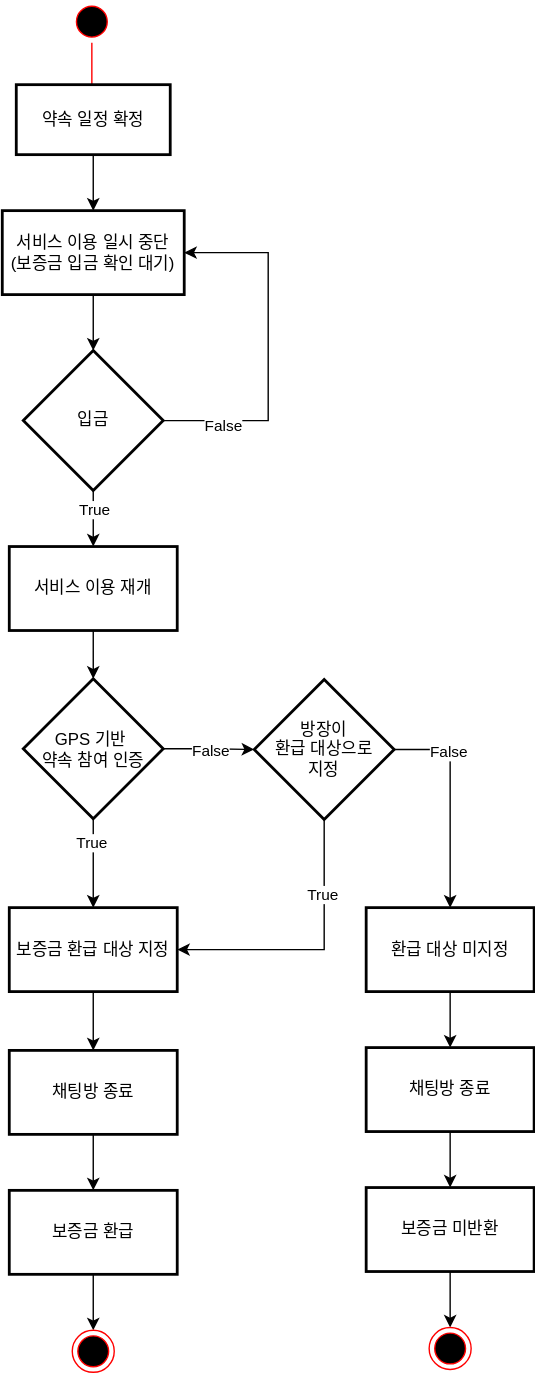
Before: diagrams/transaction_AD.drawio.svg, a diagram exported from draw.io (RGB234/meeting_app). Source tidied: cells renumbered, new cells last; positions are measured from the earlier drawing's top-left corner, leaving out a move shared by most shapes.
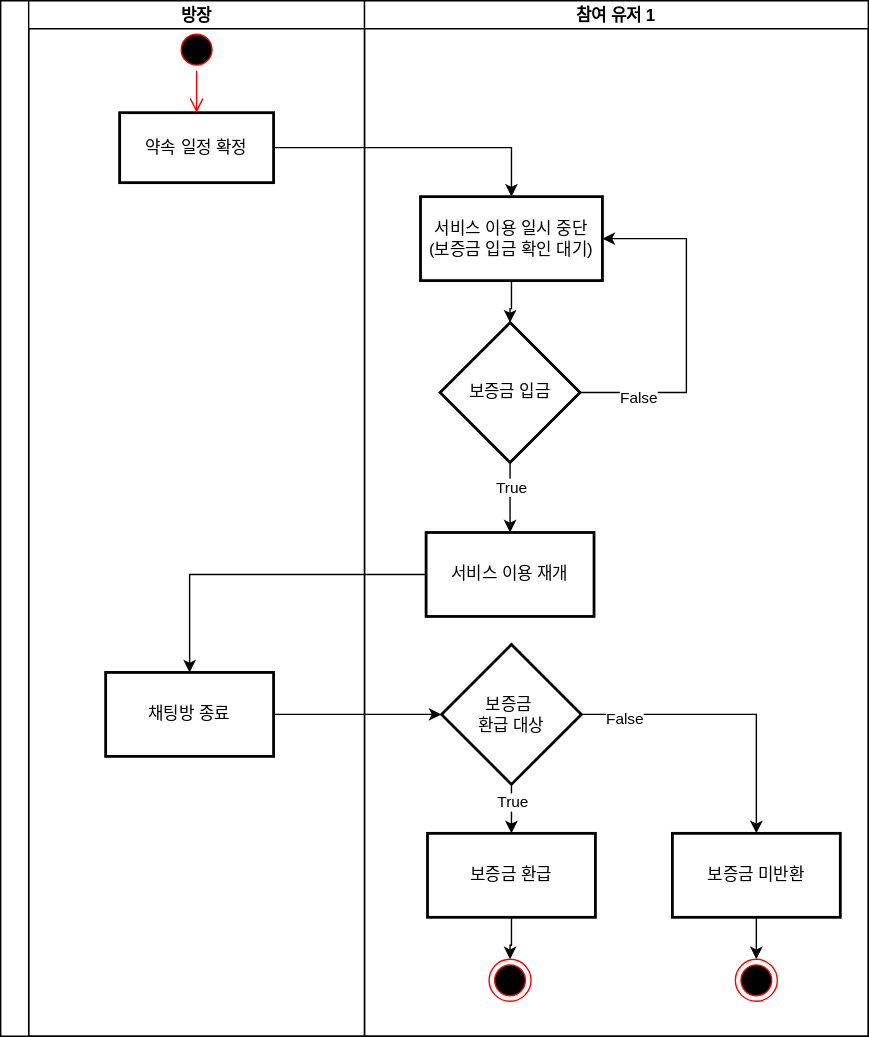
The same file after the commit.

Change to the diagram source:
```diff
@@ -2,125 +2,97 @@
   <root>
     <mxCell id="0" />
     <mxCell id="1" parent="0" />
+    <mxCell id="39" style="swimlane;startSize=20;horizontal=0;" parent="1" vertex="1">
+      <mxGeometry x="-300" y="-40" width="620" height="740" as="geometry" />
+    </mxCell>
+    <mxCell id="40" value="방장" style="swimlane;startSize=20;" parent="39" vertex="1">
+      <mxGeometry x="20" width="240" height="740" as="geometry" />
+    </mxCell>
+    <mxCell id="5" value="약속 일정 확정" style="html=1;whiteSpace=wrap;strokeWidth=2;" parent="40" vertex="1">
+      <mxGeometry x="65" y="80" width="110" height="50" as="geometry" />
+    </mxCell>
-    <mxCell id="2" style="ellipse;html=1;shape=startState;fillColor=#000000;strokeColor=#ff0000;" parent="1" vertex="1">
-      <mxGeometry x="49" width="30" height="30" as="geometry" />
+    <mxCell id="2" style="ellipse;html=1;shape=startState;fillColor=#000000;strokeColor=#ff0000;" parent="40" vertex="1">
+      <mxGeometry x="105" y="20" width="30" height="30" as="geometry" />
     </mxCell>
-    <mxCell id="3" style="edgeStyle=orthogonalEdgeStyle;html=1;verticalAlign=bottom;endArrow=open;endSize=8;strokeColor=#ff0000;rounded=0;" parent="1" edge="1" source="2">
-      <mxGeometry relative="1" as="geometry">
-        <mxPoint x="64" y="90" as="targetPoint" />
-      </mxGeometry>
+    <mxCell id="3" style="edgeStyle=orthogonalEdgeStyle;html=1;verticalAlign=bottom;endArrow=open;endSize=8;strokeColor=#ff0000;rounded=0;entryX=0.5;entryY=0;entryDx=0;entryDy=0;" parent="40" edge="1" source="2" target="5">
+      <mxGeometry relative="1" as="geometry" />
     </mxCell>
-    <mxCell id="4" style="edgeStyle=orthogonalEdgeStyle;rounded=0;jettySize=auto;html=1;" parent="1" edge="1" source="5" target="7">
-      <mxGeometry relative="1" as="geometry" />
-    </mxCell>
-    <mxCell id="5" value="약속 일정 확정" style="html=1;whiteSpace=wrap;strokeWidth=2;" parent="1" vertex="1">
-      <mxGeometry x="10" y="60" width="110" height="50" as="geometry" />
-    </mxCell>
+    <mxCell id="41" value="참여 유저 1" style="swimlane;startSize=20;" parent="39" vertex="1">
+      <mxGeometry x="260" width="360" height="740" as="geometry" />
+    </mxCell>
+    <mxCell id="7" value="&lt;div&gt;서비스 이용 일시 중단&lt;/div&gt;(보증금 입금 확인 대기)" style="html=1;whiteSpace=wrap;strokeWidth=2;" parent="41" vertex="1">
+      <mxGeometry x="40" y="140" width="130" height="60" as="geometry" />
+    </mxCell>
+    <mxCell id="12" value="보증금 입금" style="strokeWidth=2;html=1;shape=mxgraph.flowchart.decision;whiteSpace=wrap;" parent="41" vertex="1">
+      <mxGeometry x="54" y="230" width="100" height="100" as="geometry" />
+    </mxCell>
-    <mxCell id="6" style="edgeStyle=orthogonalEdgeStyle;rounded=0;jettySize=auto;html=1;" parent="1" edge="1" source="7" target="12">
+    <mxCell id="6" style="edgeStyle=orthogonalEdgeStyle;rounded=0;jettySize=auto;html=1;" parent="41" edge="1" source="7" target="12">
       <mxGeometry relative="1" as="geometry" />
     </mxCell>
-    <mxCell id="7" value="&lt;div&gt;서비스 이용 일시 중단&lt;/div&gt;(보증금 입금 확인 대기)" style="html=1;whiteSpace=wrap;strokeWidth=2;" parent="1" vertex="1">
-      <mxGeometry y="150" width="130" height="60" as="geometry" />
-    </mxCell>
+    <mxCell id="10" style="edgeStyle=orthogonalEdgeStyle;rounded=0;jettySize=auto;html=1;exitX=1;exitY=0.5;exitDx=0;exitDy=0;exitPerimeter=0;entryX=1;entryY=0.5;entryDx=0;entryDy=0;" parent="41" edge="1" source="12" target="7">
+      <mxGeometry relative="1" as="geometry">
+        <Array as="points">
+          <mxPoint x="230" y="280" />
+          <mxPoint x="230" y="170" />
+        </Array>
+      </mxGeometry>
+    </mxCell>
+    <mxCell id="11" value="False" style="edgeLabel;html=1;align=center;verticalAlign=middle;" parent="10" vertex="1">
+      <mxGeometry x="-0.67" y="-3" relative="1" as="geometry" />
+    </mxCell>
+    <mxCell id="14" value="서비스 이용 재개" style="whiteSpace=wrap;html=1;strokeWidth=2;" parent="41" vertex="1">
+      <mxGeometry x="44" y="380" width="120" height="60" as="geometry" />
+    </mxCell>
-    <mxCell id="8" style="edgeStyle=orthogonalEdgeStyle;rounded=0;jettySize=auto;html=1;" parent="1" edge="1" source="12" target="14">
+    <mxCell id="8" style="edgeStyle=orthogonalEdgeStyle;rounded=0;jettySize=auto;html=1;" parent="41" edge="1" source="12" target="14">
       <mxGeometry relative="1" as="geometry" />
     </mxCell>
     <mxCell id="9" value="True" style="edgeLabel;html=1;align=center;verticalAlign=middle;" parent="8" vertex="1">
       <mxGeometry x="-0.34" relative="1" as="geometry" />
     </mxCell>
-    <mxCell id="10" style="edgeStyle=orthogonalEdgeStyle;rounded=0;jettySize=auto;html=1;exitX=1;exitY=0.5;exitDx=0;exitDy=0;exitPerimeter=0;entryX=1;entryY=0.5;entryDx=0;entryDy=0;" parent="1" edge="1" source="12" target="7">
-      <mxGeometry relative="1" as="geometry">
-        <Array as="points">
-          <mxPoint x="190" y="300" />
-          <mxPoint x="190" y="180" />
-        </Array>
-      </mxGeometry>
-    </mxCell>
-    <mxCell id="11" value="False" style="edgeLabel;html=1;align=center;verticalAlign=middle;" parent="10" vertex="1">
-      <mxGeometry x="-0.67" y="-3" relative="1" as="geometry" />
-    </mxCell>
-    <mxCell id="12" value="입금" style="strokeWidth=2;html=1;shape=mxgraph.flowchart.decision;whiteSpace=wrap;" parent="1" vertex="1">
-      <mxGeometry x="15" y="250" width="100" height="100" as="geometry" />
-    </mxCell>
-    <mxCell id="13" style="edgeStyle=orthogonalEdgeStyle;rounded=0;jettySize=auto;html=1;" parent="1" edge="1" source="14" target="19">
-      <mxGeometry relative="1" as="geometry" />
-    </mxCell>
-    <mxCell id="14" value="서비스 이용 재개" style="whiteSpace=wrap;html=1;strokeWidth=2;" parent="1" vertex="1">
-      <mxGeometry x="5" y="390" width="120" height="60" as="geometry" />
-    </mxCell>
-    <mxCell id="15" style="edgeStyle=orthogonalEdgeStyle;rounded=0;jettySize=auto;html=1;" parent="1" edge="1" source="19" target="21">
-      <mxGeometry relative="1" as="geometry" />
-    </mxCell>
-    <mxCell id="16" value="True" style="edgeLabel;html=1;align=center;verticalAlign=middle;" parent="15" vertex="1">
-      <mxGeometry x="-0.46" y="-2" relative="1" as="geometry" />
-    </mxCell>
-    <mxCell id="17" style="edgeStyle=orthogonalEdgeStyle;rounded=0;jettySize=auto;html=1;" parent="1" edge="1" source="19" target="22">
-      <mxGeometry relative="1" as="geometry" />
-    </mxCell>
-    <mxCell id="18" value="False" style="edgeLabel;html=1;align=center;verticalAlign=middle;" parent="17" vertex="1">
-      <mxGeometry x="0.06" y="-3" relative="1" as="geometry">
-        <mxPoint x="-1" y="-3" as="offset" />
-      </mxGeometry>
-    </mxCell>
-    <mxCell id="19" value="GPS 기반&amp;nbsp;&lt;div&gt;약속 참여 인증&lt;/div&gt;" style="strokeWidth=2;html=1;shape=mxgraph.flowchart.decision;whiteSpace=wrap;" parent="1" vertex="1">
-      <mxGeometry x="15" y="484.5" width="100" height="100" as="geometry" />
-    </mxCell>
-    <mxCell id="20" style="edgeStyle=orthogonalEdgeStyle;rounded=0;jettySize=auto;html=1;" parent="1" edge="1" source="21" target="26">
-      <mxGeometry relative="1" as="geometry" />
-    </mxCell>
-    <mxCell id="21" value="보증금 환급 대상 지정" style="whiteSpace=wrap;html=1;strokeWidth=2;" parent="1" vertex="1">
-      <mxGeometry x="5" y="648" width="120" height="60" as="geometry" />
-    </mxCell>
-    <mxCell id="22" value="방장이&lt;div&gt;환급 대상으로&lt;/div&gt;&lt;div&gt;지정&lt;/div&gt;" style="strokeWidth=2;html=1;shape=mxgraph.flowchart.decision;whiteSpace=wrap;" parent="1" vertex="1">
-      <mxGeometry x="180" y="485" width="100" height="100" as="geometry" />
-    </mxCell>
-    <mxCell id="23" style="edgeStyle=orthogonalEdgeStyle;rounded=0;jettySize=auto;html=1;" parent="1" edge="1" source="24" target="30">
-      <mxGeometry relative="1" as="geometry" />
-    </mxCell>
-    <mxCell id="24" value="&lt;div&gt;환급 대상 미지정&lt;/div&gt;" style="whiteSpace=wrap;html=1;strokeWidth=2;" parent="1" vertex="1">
-      <mxGeometry x="260" y="648" width="120" height="60" as="geometry" />
-    </mxCell>
-    <mxCell id="25" style="edgeStyle=orthogonalEdgeStyle;rounded=0;jettySize=auto;html=1;" parent="1" edge="1" source="26" target="28">
-      <mxGeometry relative="1" as="geometry" />
-    </mxCell>
-    <mxCell id="26" value="채팅방 종료" style="whiteSpace=wrap;html=1;strokeWidth=2;" parent="1" vertex="1">
-      <mxGeometry x="5" y="750" width="120" height="60" as="geometry" />
-    </mxCell>
-    <mxCell id="27" style="edgeStyle=orthogonalEdgeStyle;rounded=0;jettySize=auto;html=1;" parent="1" edge="1" source="28" target="37">
-      <mxGeometry relative="1" as="geometry" />
-    </mxCell>
+    <mxCell id="42" value="채팅방 종료" style="whiteSpace=wrap;html=1;strokeWidth=2;" parent="41" vertex="1">
+      <mxGeometry x="-185" y="480" width="120" height="60" as="geometry" />
+    </mxCell>
+    <mxCell id="43" style="edgeStyle=orthogonalEdgeStyle;rounded=0;jettySize=auto;html=1;entryX=0.5;entryY=0;entryDx=0;entryDy=0;" parent="41" edge="1" source="14" target="42">
+      <mxGeometry relative="1" as="geometry" />
+    </mxCell>
+    <mxCell id="44" style="edgeStyle=orthogonalEdgeStyle;rounded=0;jettySize=auto;html=1;" parent="41" edge="1" source="48" target="28">
+      <mxGeometry relative="1" as="geometry" />
+    </mxCell>
+    <mxCell id="45" value="True" style="edgeLabel;html=1;align=center;verticalAlign=middle;" parent="44" vertex="1">
+      <mxGeometry x="-0.48" relative="1" as="geometry" />
+    </mxCell>
+    <mxCell id="46" style="edgeStyle=orthogonalEdgeStyle;rounded=0;jettySize=auto;html=1;" parent="41" edge="1" source="48" target="32">
+      <mxGeometry relative="1" as="geometry" />
+    </mxCell>
+    <mxCell id="47" value="False" style="edgeLabel;html=1;align=center;verticalAlign=middle;" parent="46" vertex="1">
+      <mxGeometry x="-0.72" y="-2" relative="1" as="geometry" />
+    </mxCell>
+    <mxCell id="48" value="보증금&amp;nbsp;&lt;div&gt;환급 대상&lt;/div&gt;" style="strokeWidth=2;html=1;shape=mxgraph.flowchart.decision;whiteSpace=wrap;" parent="41" vertex="1">
+      <mxGeometry x="55" y="460" width="100" height="100" as="geometry" />
+    </mxCell>
+    <mxCell id="49" style="edgeStyle=orthogonalEdgeStyle;rounded=0;jettySize=auto;html=1;" parent="41" edge="1" source="28" target="52">
+      <mxGeometry relative="1" as="geometry" />
+    </mxCell>
-    <mxCell id="28" value="보증금 환급" style="whiteSpace=wrap;html=1;strokeWidth=2;" parent="1" vertex="1">
-      <mxGeometry x="5" y="850" width="120" height="60" as="geometry" />
+    <mxCell id="28" value="보증금 환급" style="whiteSpace=wrap;html=1;strokeWidth=2;" parent="41" vertex="1">
+      <mxGeometry x="45" y="595" width="120" height="60" as="geometry" />
     </mxCell>
-    <mxCell id="29" style="edgeStyle=orthogonalEdgeStyle;rounded=0;jettySize=auto;html=1;" parent="1" edge="1" source="30" target="32">
-      <mxGeometry relative="1" as="geometry" />
-    </mxCell>
-    <mxCell id="30" value="채팅방 종료" style="whiteSpace=wrap;html=1;strokeWidth=2;" parent="1" vertex="1">
-      <mxGeometry x="260" y="748" width="120" height="60" as="geometry" />
-    </mxCell>
-    <mxCell id="31" style="edgeStyle=orthogonalEdgeStyle;rounded=0;jettySize=auto;html=1;" parent="1" edge="1" source="32" target="38">
-      <mxGeometry relative="1" as="geometry" />
-    </mxCell>
+    <mxCell id="50" style="edgeStyle=orthogonalEdgeStyle;rounded=0;jettySize=auto;html=1;" parent="41" edge="1" source="32" target="51">
+      <mxGeometry relative="1" as="geometry" />
+    </mxCell>
-    <mxCell id="32" value="보증금 미반환" style="whiteSpace=wrap;html=1;strokeWidth=2;" parent="1" vertex="1">
-      <mxGeometry x="260" y="848" width="120" height="60" as="geometry" />
+    <mxCell id="32" value="보증금 미반환" style="whiteSpace=wrap;html=1;strokeWidth=2;" parent="41" vertex="1">
+      <mxGeometry x="220" y="595" width="120" height="60" as="geometry" />
     </mxCell>
-    <mxCell id="33" style="edgeStyle=orthogonalEdgeStyle;rounded=0;jettySize=auto;html=1;exitX=0.5;exitY=1;exitDx=0;exitDy=0;exitPerimeter=0;entryX=1;entryY=0.5;entryDx=0;entryDy=0;" parent="1" edge="1" source="22" target="21">
-      <mxGeometry relative="1" as="geometry" />
-    </mxCell>
-    <mxCell id="34" value="True" style="edgeLabel;html=1;align=center;verticalAlign=middle;" parent="33" vertex="1">
-      <mxGeometry x="-0.46" y="-2" relative="1" as="geometry" />
-    </mxCell>
-    <mxCell id="35" style="edgeStyle=orthogonalEdgeStyle;rounded=0;jettySize=auto;html=1;exitX=1;exitY=0.5;exitDx=0;exitDy=0;exitPerimeter=0;entryX=0.5;entryY=0;entryDx=0;entryDy=0;" parent="1" edge="1" source="22" target="24">
-      <mxGeometry relative="1" as="geometry" />
-    </mxCell>
-    <mxCell id="36" value="False" style="edgeLabel;html=1;align=center;verticalAlign=middle;" parent="35" vertex="1">
-      <mxGeometry x="-0.46" y="-2" relative="1" as="geometry" />
-    </mxCell>
-    <mxCell id="37" style="ellipse;html=1;shape=endState;fillColor=#000000;strokeColor=#ff0000;" parent="1" vertex="1">
-      <mxGeometry x="50" y="950" width="30" height="30" as="geometry" />
-    </mxCell>
-    <mxCell id="38" style="ellipse;html=1;shape=endState;fillColor=#000000;strokeColor=#ff0000;" parent="1" vertex="1">
-      <mxGeometry x="305" y="948" width="30" height="30" as="geometry" />
-    </mxCell>
+    <mxCell id="51" style="ellipse;html=1;shape=endState;fillColor=#000000;strokeColor=#ff0000;" parent="41" vertex="1">
+      <mxGeometry x="265" y="685" width="30" height="30" as="geometry" />
+    </mxCell>
+    <mxCell id="52" style="ellipse;html=1;shape=endState;fillColor=#000000;strokeColor=#ff0000;" parent="41" vertex="1">
+      <mxGeometry x="89" y="685" width="30" height="30" as="geometry" />
+    </mxCell>
+    <mxCell id="53" style="edgeStyle=orthogonalEdgeStyle;rounded=0;jettySize=auto;html=1;entryX=0;entryY=0.5;entryDx=0;entryDy=0;entryPerimeter=0;" parent="41" edge="1" source="42" target="48">
+      <mxGeometry relative="1" as="geometry" />
+    </mxCell>
+    <mxCell id="4" style="edgeStyle=orthogonalEdgeStyle;rounded=0;jettySize=auto;html=1;exitX=1;exitY=0.5;exitDx=0;exitDy=0;" parent="39" edge="1" source="5" target="7">
+      <mxGeometry relative="1" as="geometry" />
+    </mxCell>
   </root>
 </mxGraphModel>
```
